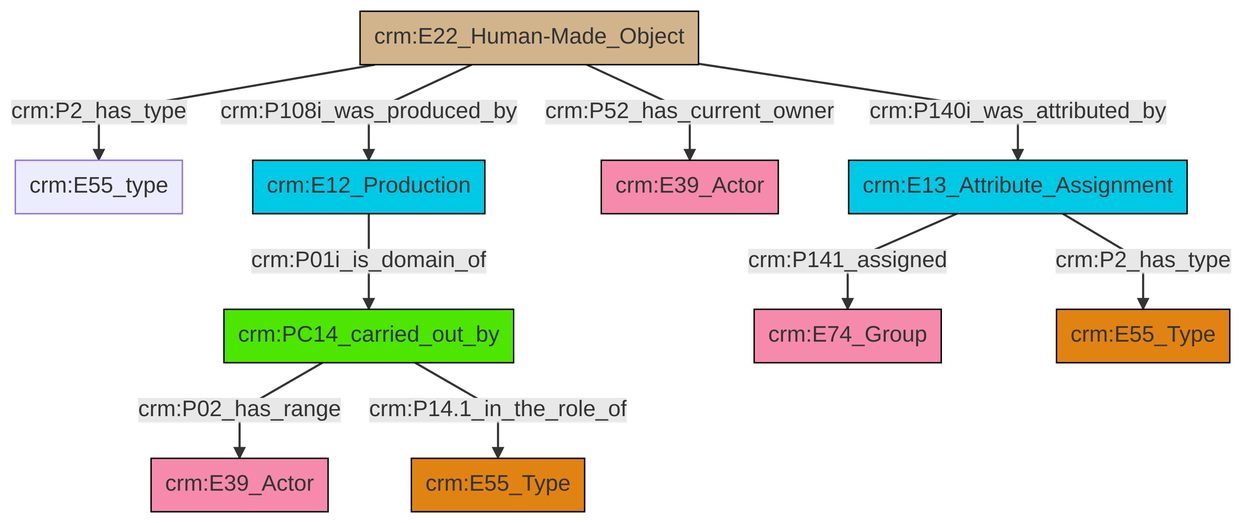
swiss-art-research-net/docs.swissartresearch keeps this Mermaid diagram as et/builtWorkCSV/ttl/mmd/png/Built_Work_actor_relations.png. Above is the earlier version. Its source is kept beside it as et/builtWorkCSV/ttl/mmd/Built_Work_actor_relations.ttl.mmd.
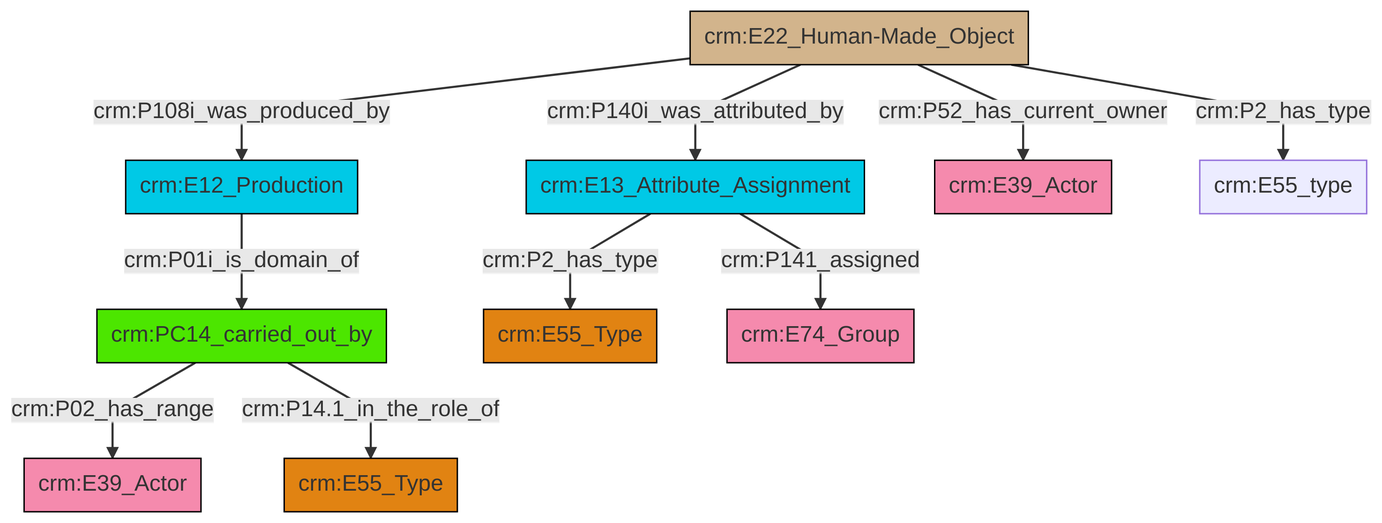
After the commit.

What changed in the source:
```diff
@@ -13,12 +13,12 @@
 classDef PC_Classes fill:#4ce600, stroke:#000000;
 classDef Multi fill:#cccccc,stroke:#000000;
 
-0["crm:E22_Human-Made_Object"]:::Physical_Thing -->|crm:P2_has_type| 1["crm:E55_type"]:::Default
-0["crm:E22_Human-Made_Object"]:::Physical_Thing -->|crm:P108i_was_produced_by| 9["crm:E12_Production"]:::Temporal_Entity
-10["crm:PC14_carried_out_by"]:::PC_Classes -->|crm:P02_has_range| 11["crm:E39_Actor"]:::Actor
-0["crm:E22_Human-Made_Object"]:::Physical_Thing -->|crm:P52_has_current_owner| 5["crm:E39_Actor"]:::Actor
-10["crm:PC14_carried_out_by"]:::PC_Classes -->|crm:P14.1_in_the_role_of| 7["crm:E55_Type"]:::Type
-0["crm:E22_Human-Made_Object"]:::Physical_Thing -->|crm:P140i_was_attributed_by| 18["crm:E13_Attribute_Assignment"]:::Temporal_Entity
-18["crm:E13_Attribute_Assignment"]:::Temporal_Entity -->|crm:P141_assigned| 12["crm:E74_Group"]:::Actor
-18["crm:E13_Attribute_Assignment"]:::Temporal_Entity -->|crm:P2_has_type| 3["crm:E55_Type"]:::Type
-9["crm:E12_Production"]:::Temporal_Entity -->|crm:P01i_is_domain_of| 10["crm:PC14_carried_out_by"]:::PC_Classes
+4["crm:E22_Human-Made_Object"]:::Physical_Thing -->|crm:P140i_was_attributed_by| 5["crm:E13_Attribute_Assignment"]:::Temporal_Entity
+2["crm:PC14_carried_out_by"]:::PC_Classes -->|crm:P02_has_range| 6["crm:E39_Actor"]:::Actor
+5["crm:E13_Attribute_Assignment"]:::Temporal_Entity -->|crm:P2_has_type| 7["crm:E55_Type"]:::Type
+2["crm:PC14_carried_out_by"]:::PC_Classes -->|crm:P14.1_in_the_role_of| 12["crm:E55_Type"]:::Type
+4["crm:E22_Human-Made_Object"]:::Physical_Thing -->|crm:P108i_was_produced_by| 0["crm:E12_Production"]:::Temporal_Entity
+4["crm:E22_Human-Made_Object"]:::Physical_Thing -->|crm:P52_has_current_owner| 8["crm:E39_Actor"]:::Actor
+5["crm:E13_Attribute_Assignment"]:::Temporal_Entity -->|crm:P141_assigned| 10["crm:E74_Group"]:::Actor
+4["crm:E22_Human-Made_Object"]:::Physical_Thing -->|crm:P2_has_type| 15["crm:E55_type"]:::Default
+0["crm:E12_Production"]:::Temporal_Entity -->|crm:P01i_is_domain_of| 2["crm:PC14_carried_out_by"]:::PC_Classes
```
